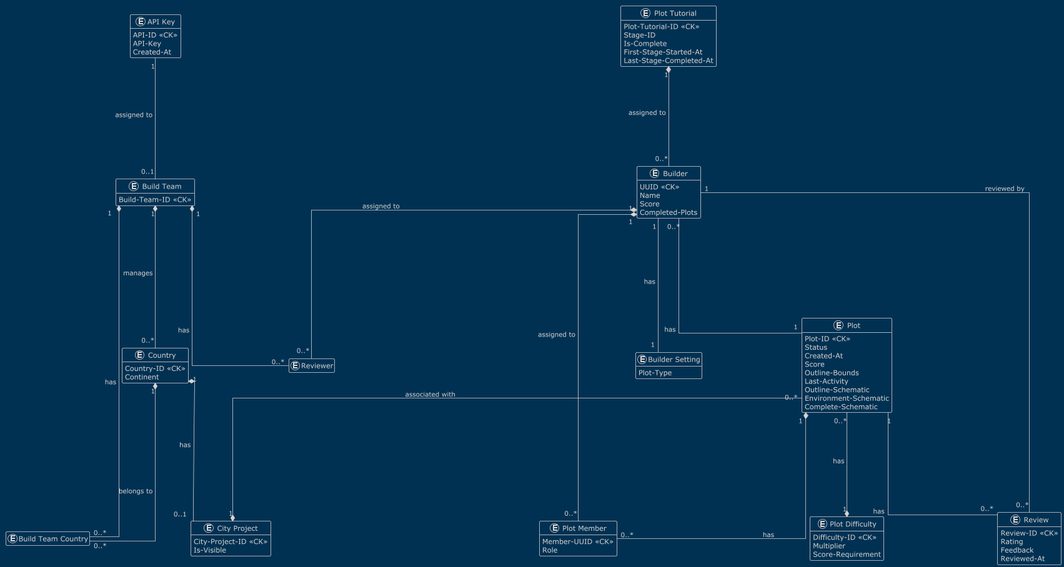
This is conceptual-db.png from AlpsBTE/Plot-System-DB, a PlantUML export, as it was before one commit.
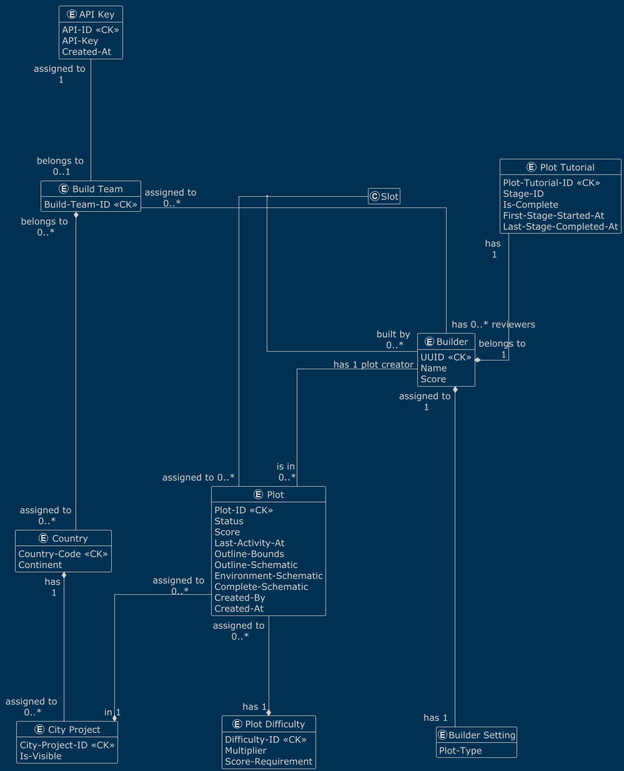
The same file after the commit.

Commit message:
improvements to conceptual db model

What changed in the source:
```diff
@@ -1,6 +1,7 @@
 @startuml
 skinparam nodesep 200
 skinparam ranksep 200
+skinparam defaultFontSize 18
 
 skinparam linetype ortho
 
@@ -18,7 +19,7 @@
 }
 
 entity "Country" as country {
-    Country-ID <<CK>>
+    Country-Code <<CK>>
     Continent
 }
 
@@ -27,17 +28,10 @@
     Is-Visible
 }
 
-entity "Build Team Country" as build_team_country {
-}
-
 entity "Builder" as builder {
     UUID <<CK>>
     Name
     Score
-    Completed-Plots
-}
-
-entity "Reviewer" as reviewer {
 }
 
 entity "Builder Setting" as builder_setting {
@@ -53,13 +47,14 @@
 entity "Plot" as plot {
     Plot-ID <<CK>>
     Status
-    Created-At
     Score
+    Last-Activity-At
     Outline-Bounds
-    Last-Activity
     Outline-Schematic
     Environment-Schematic
     Complete-Schematic
+    Created-By
+    Created-At
 }
 
 entity "Plot Tutorial" as plot_tutorial {
@@ -70,37 +65,21 @@
     Last-Stage-Completed-At
 }
 
-entity "Plot Member" as plot_member {
-    Member-UUID <<CK>>
-    Role
-}
+api_key "assigned to \n1" -- "belongs to \n0..1" build_team
 
-entity "Review" as review {
-    Review-ID <<CK>>
-    Rating
-    Feedback
-    Reviewed-At
-}
+build_team "belongs to \n0..*" *-- "assigned to \n0..*" country
+build_team "assigned to \n0..*" -- "has 0..* reviewers" builder
 
-api_key "1" -- "0..1" build_team : "assigned to "
+country "has \n1" *-- "assigned to \n0..*" city_project
 
-build_team "1" *-- "0..*" country : "manages "
-build_team "1" *-- "0..*" reviewer : "has "
-build_team "1" *-- "0..*" build_team_country : "has "
+builder "has 1 plot creator" -- "is in \n0..*" plot
+builder "assigned to \n1" *--- "has 1" builder_setting
 
-country "1" *-- "0..*" build_team_country : "belongs to "
-country "1" *-- "0..1" city_project : "has "
+plot "assigned to 0..*" -- "built by \n0..*" builder
+(builder, plot) -- "Slot"
 
-builder "1" *-- "0..*" reviewer : "assigned to"
-builder "1" *-- "0..*" plot_member : "assigned to "
-builder "0..*" -- "1" plot : "has   "
-builder "1" -- "1" builder_setting : "has "
-builder "1" -- "0..*" review : "reviewed by"
+plot "assigned to \n0..*" --* "in 1" city_project
+plot "assigned to \n0..*" --* "has 1" plot_difficulty
 
-plot "1" *-- "0..*" plot_member : "has"
-plot "0..*" --* "1" city_project : "associated with"
-plot "0..*" --* "1" plot_difficulty : "has "
-plot "1" -- "0..*" review : "has   "
-
-plot_tutorial "1" *-- "0..*" builder : "assigned to "
+plot_tutorial "has \n1" --* "belongs to \n1" builder
 @enduml
```
